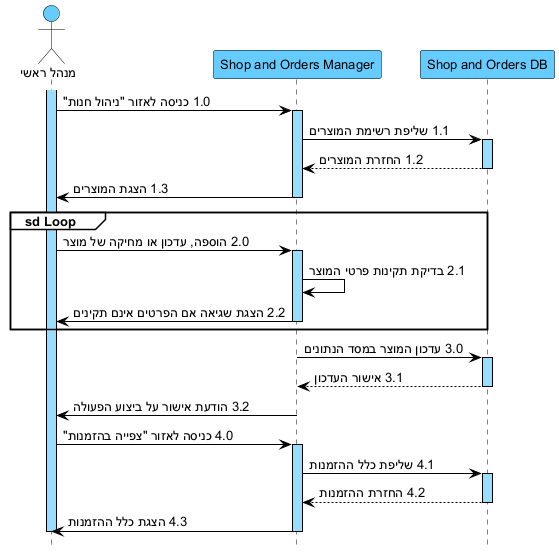
Earlier version of the PlantUML export docs/diagrams/png/12-seq-suc12-ניהול-חנות.png (arielkaplan20/GOLDEN_HAIR_SALOAN).
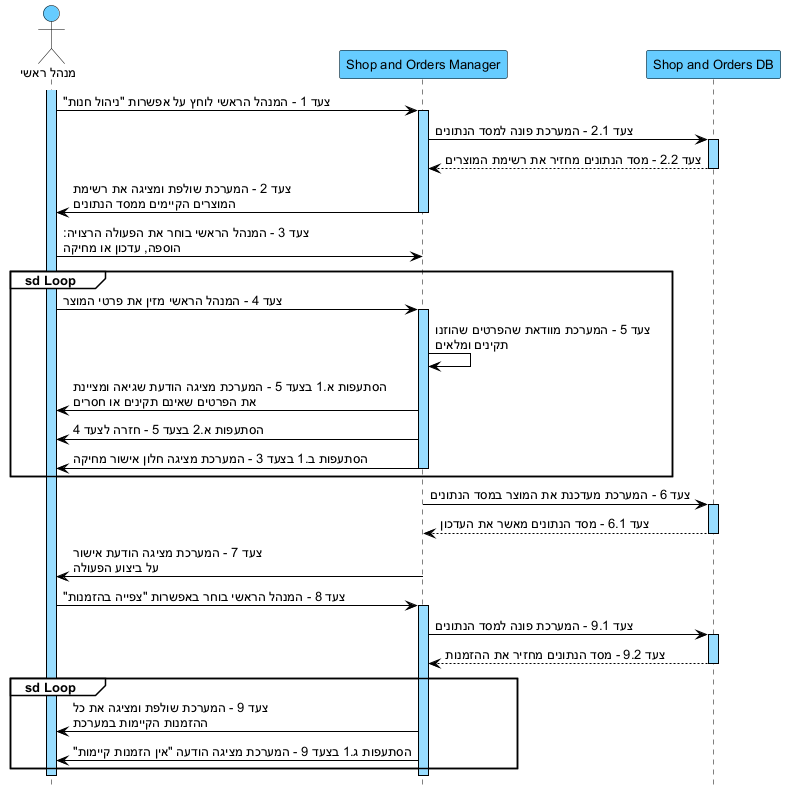
The same file after the commit.

Diff of the diagram source:
```diff
@@ -24,38 +24,46 @@
 participant "Shop and Orders DB" as DB
 
 activate A
-A -> SM : 1.0 כניסה לאזור "ניהול חנות"
+A -> SM : צעד 1 - המנהל הראשי לוחץ על אפשרות "ניהול חנות"
 activate SM
-SM -> DB : 1.1 שליפת רשימת המוצרים
+SM -> DB : צעד 2.1 - המערכת פונה למסד הנתונים
 activate DB
-DB --> SM : 1.2 החזרת המוצרים
+DB --> SM : צעד 2.2 - מסד הנתונים מחזיר את רשימת המוצרים
 deactivate DB
-SM -> A : 1.3 הצגת המוצרים
+SM -> A : צעד 2 - המערכת שולפת ומציגה את רשימת\nהמוצרים הקיימים ממסד הנתונים
 deactivate SM
 
+A -> SM : צעד 3 - המנהל הראשי בוחר את הפעולה הרצויה:\nהוספה, עדכון או מחיקה
+
 group sd Loop
-A -> SM : 2.0 הוספה, עדכון או מחיקה של מוצר
+A -> SM : צעד 4 - המנהל הראשי מזין את פרטי המוצר
 activate SM
-SM -> SM : 2.1 בדיקת תקינות פרטי המוצר
-SM -> A : 2.2 הצגת שגיאה אם הפרטים אינם תקינים
+SM -> SM : צעד 5 - המערכת מוודאת שהפרטים שהוזנו\nתקינים ומלאים
+SM -> A : הסתעפות א.1 בצעד 5 - המערכת מציגה הודעת שגיאה ומציינת\nאת הפרטים שאינם תקינים או חסרים
+SM -> A : הסתעפות א.2 בצעד 5 - חזרה לצעד 4
+SM -> A : הסתעפות ב.1 בצעד 3 - המערכת מציגה חלון אישור מחיקה
 deactivate SM
 end
 
 activate SM
-SM -> DB : 3.0 עדכון המוצר במסד הנתונים
+SM -> DB : צעד 6 - המערכת מעדכנת את המוצר במסד הנתונים
 activate DB
-DB --> SM : 3.1 אישור העדכון
+DB --> SM : צעד 6.1 - מסד הנתונים מאשר את העדכון
 deactivate DB
-SM -> A : 3.2 הודעת אישור על ביצוע הפעולה
+SM -> A : צעד 7 - המערכת מציגה הודעת אישור\nעל ביצוע הפעולה
 deactivate SM
 
-A -> SM : 4.0 כניסה לאזור "צפייה בהזמנות"
+A -> SM : צעד 8 - המנהל הראשי בוחר באפשרות "צפייה בהזמנות"
 activate SM
-SM -> DB : 4.1 שליפת כלל ההזמנות
+SM -> DB : צעד 9.1 - המערכת פונה למסד הנתונים
 activate DB
-DB --> SM : 4.2 החזרת ההזמנות
+DB --> SM : צעד 9.2 - מסד הנתונים מחזיר את ההזמנות
 deactivate DB
-SM -> A : 4.3 הצגת כלל ההזמנות
+
+group sd Loop
+SM -> A : צעד 9 - המערכת שולפת ומציגה את כל\nההזמנות הקיימות במערכת
+SM -> A : הסתעפות ג.1 בצעד 9 - המערכת מציגה הודעה "אין הזמנות קיימות"
+end
 deactivate SM
 deactivate A
 @enduml
```
